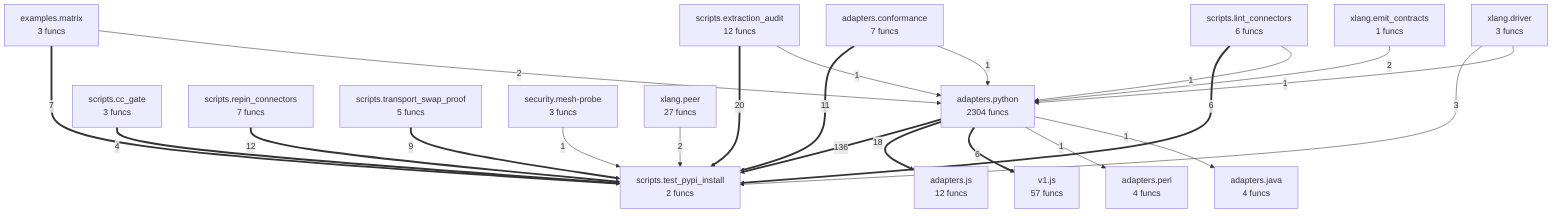
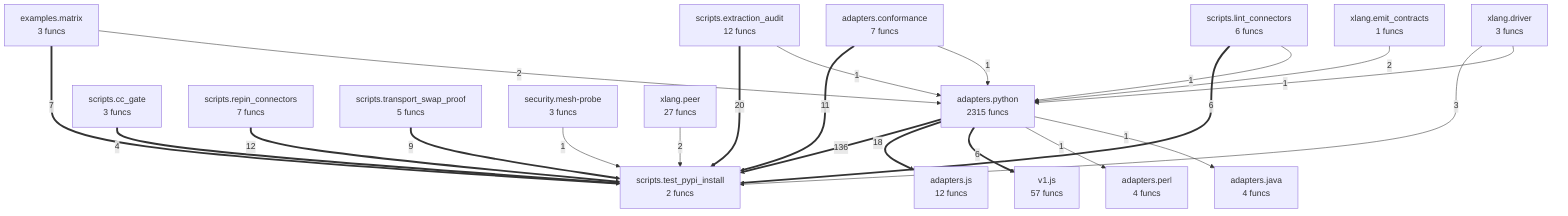
flowchart TD
- %% generated in 0.10s
+ %% generated in 0.09s
    adapters__conformance["adapters.conformance<br/>7 funcs"]
    adapters__java["adapters.java<br/>4 funcs"]
    adapters__js["adapters.js<br/>12 funcs"]
    adapters__perl["adapters.perl<br/>4 funcs"]
-     adapters__python["adapters.python<br/>2304 funcs"]
+     adapters__python["adapters.python<br/>2315 funcs"]
    examples__matrix["examples.matrix<br/>3 funcs"]
    scripts__cc_gate["scripts.cc_gate<br/>3 funcs"]
    scripts__extraction_audit["scripts.extraction_audit<br/>12 funcs"]
    scripts__lint_connectors["scripts.lint_connectors<br/>6 funcs"]
    scripts__repin_connectors["scripts.repin_connectors<br/>7 funcs"]
    scripts__test_pypi_install["scripts.test_pypi_install<br/>2 funcs"]
    scripts__transport_swap_proof["scripts.transport_swap_proof<br/>5 funcs"]
    security__mesh_probe["security.mesh-probe<br/>3 funcs"]
    v1__js["v1.js<br/>57 funcs"]
    xlang__driver["xlang.driver<br/>3 funcs"]
    xlang__emit_contracts["xlang.emit_contracts<br/>1 funcs"]
    xlang__peer["xlang.peer<br/>27 funcs"]
    adapters__python ==>|136| scripts__test_pypi_install
    scripts__extraction_audit ==>|20| scripts__test_pypi_install
    adapters__python ==>|18| adapters__js
    scripts__repin_connectors ==>|12| scripts__test_pypi_install
    adapters__conformance ==>|11| scripts__test_pypi_install
    scripts__transport_swap_proof ==>|9| scripts__test_pypi_install
    examples__matrix ==>|7| scripts__test_pypi_install
    scripts__lint_connectors ==>|6| scripts__test_pypi_install
    adapters__python ==>|6| v1__js
    scripts__cc_gate ==>|4| scripts__test_pypi_install
    xlang__driver -->|3| scripts__test_pypi_install
    examples__matrix -->|2| adapters__python
    xlang__emit_contracts -->|2| adapters__python
    xlang__peer -->|2| scripts__test_pypi_install
    security__mesh_probe -->|1| scripts__test_pypi_install
    scripts__lint_connectors -->|1| adapters__python
    scripts__extraction_audit -->|1| adapters__python
    adapters__conformance -->|1| adapters__python
    adapters__python -->|1| adapters__perl
    adapters__python -->|1| adapters__java
    xlang__driver -->|1| adapters__python
